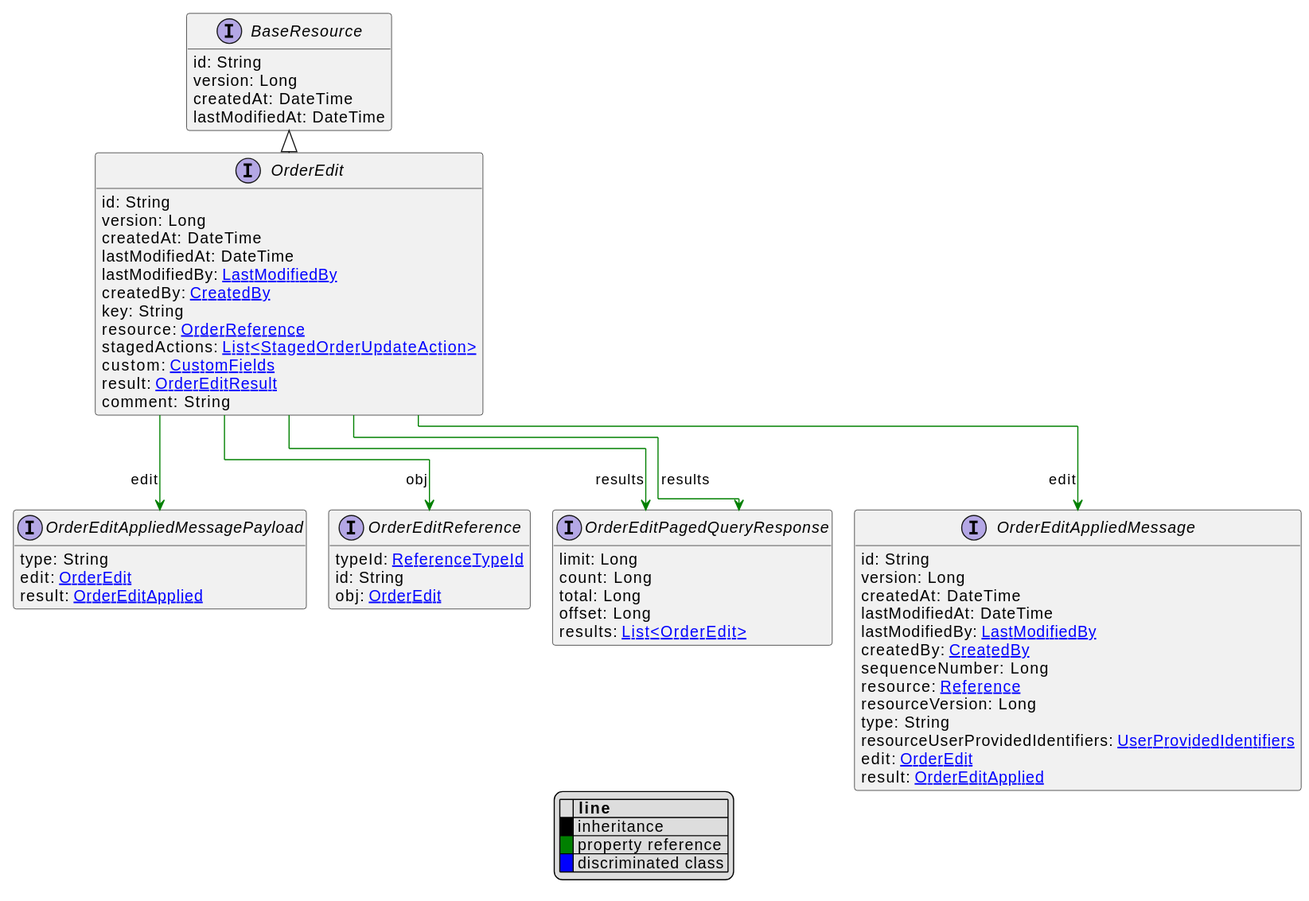
This is uml/api/svg/OrderEdit.svg from commercetools/commercetools-api-reference, a PlantUML export, as it was before one commit. The source it was exported from:
```plantuml
@startuml
!pragma layout elk
hide empty fields
hide empty methods
legend
|= |= line |
|<back:black>   </back>| inheritance |
|<back:green>   </back>| property reference |
|<back:blue>   </back>| discriminated class |
endlegend
interface OrderEdit [[OrderEdit.svg]] extends BaseResource {
    id: String
    version: Long
    createdAt: DateTime
    lastModifiedAt: DateTime
    lastModifiedBy: [[LastModifiedBy.svg LastModifiedBy]]
    createdBy: [[CreatedBy.svg CreatedBy]]
    key: String
    resource: [[OrderReference.svg OrderReference]]
    stagedActions: [[StagedOrderUpdateAction.svg List<StagedOrderUpdateAction>]]
    custom: [[CustomFields.svg CustomFields]]
    result: [[OrderEditResult.svg OrderEditResult]]
    comment: String
}
interface BaseResource [[BaseResource.svg]]  {
    id: String
    version: Long
    createdAt: DateTime
    lastModifiedAt: DateTime
}


interface OrderEditPagedQueryResponse [[OrderEditPagedQueryResponse.svg]]  {
    limit: Long
    count: Long
    total: Long
    offset: Long
    results: [[OrderEdit.svg List<OrderEdit>]]
}
interface OrderEditAppliedMessage [[OrderEditAppliedMessage.svg]]  {
    id: String
    version: Long
    createdAt: DateTime
    lastModifiedAt: DateTime
    lastModifiedBy: [[LastModifiedBy.svg LastModifiedBy]]
    createdBy: [[CreatedBy.svg CreatedBy]]
    sequenceNumber: Long
    resource: [[Reference.svg Reference]]
    resourceVersion: Long
    type: String
    resourceUserProvidedIdentifiers: [[UserProvidedIdentifiers.svg UserProvidedIdentifiers]]
    edit: [[OrderEdit.svg OrderEdit]]
    result: [[OrderEditApplied.svg OrderEditApplied]]
}
interface OrderEditAppliedMessagePayload [[OrderEditAppliedMessagePayload.svg]]  {
    type: String
    edit: [[OrderEdit.svg OrderEdit]]
    result: [[OrderEditApplied.svg OrderEditApplied]]
}
interface OrderEditReference [[OrderEditReference.svg]]  {
    typeId: [[ReferenceTypeId.svg ReferenceTypeId]]
    id: String
    obj: [[OrderEdit.svg OrderEdit]]
}

OrderEdit --> OrderEditPagedQueryResponse #green;text:green : "results"
OrderEdit --> OrderEditPagedQueryResponse #green;text:green : "results"
OrderEdit --> OrderEditAppliedMessage #green;text:green : "edit"
OrderEdit --> OrderEditAppliedMessagePayload #green;text:green : "edit"
OrderEdit --> OrderEditReference #green;text:green : "obj"
@enduml
```
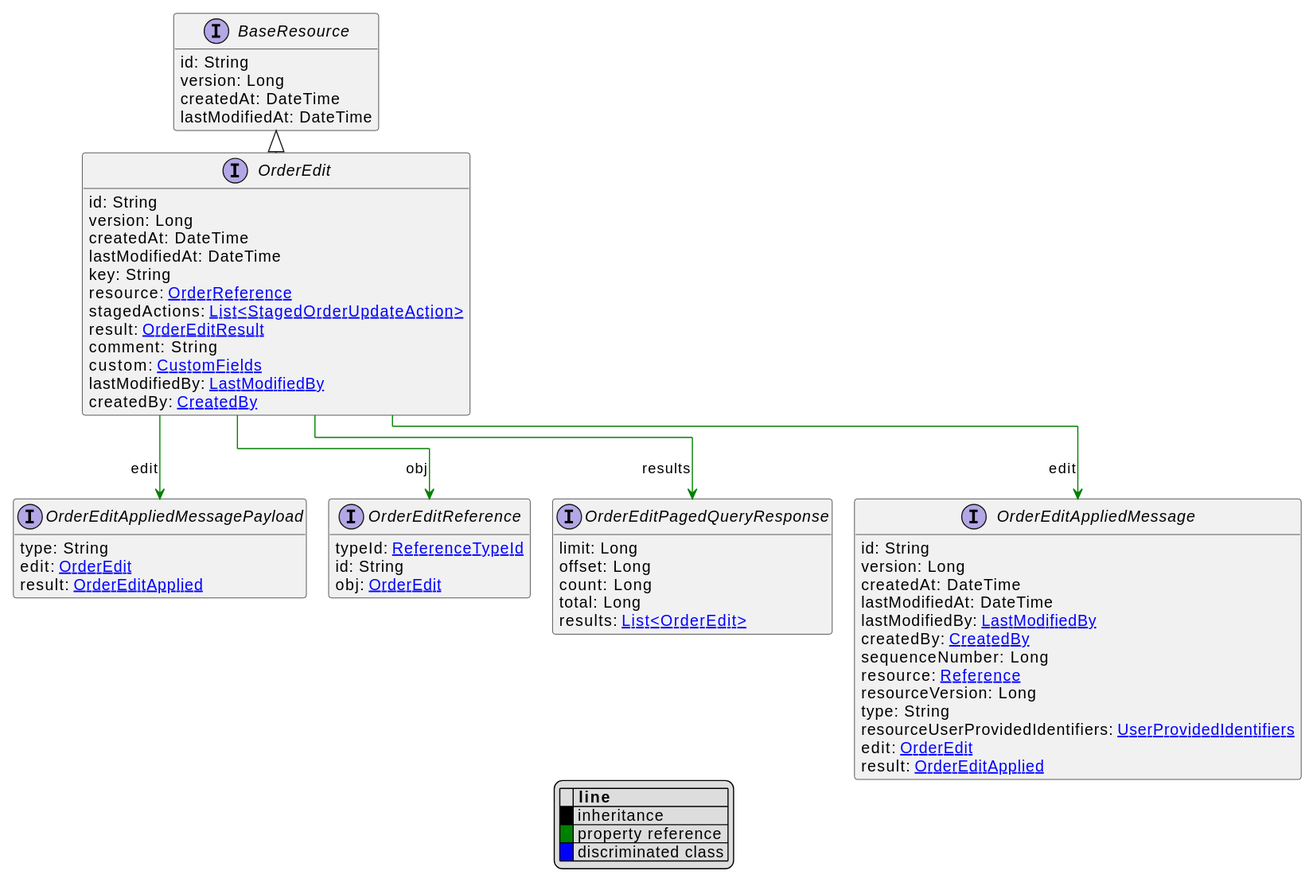
The same diagram one commit later.

Change to the diagram source:
```diff
@@ -13,14 +13,14 @@
     version: Long
     createdAt: DateTime
     lastModifiedAt: DateTime
-    lastModifiedBy: [[LastModifiedBy.svg LastModifiedBy]]
-    createdBy: [[CreatedBy.svg CreatedBy]]
     key: String
     resource: [[OrderReference.svg OrderReference]]
     stagedActions: [[StagedOrderUpdateAction.svg List<StagedOrderUpdateAction>]]
-    custom: [[CustomFields.svg CustomFields]]
     result: [[OrderEditResult.svg OrderEditResult]]
     comment: String
+    custom: [[CustomFields.svg CustomFields]]
+    lastModifiedBy: [[LastModifiedBy.svg LastModifiedBy]]
+    createdBy: [[CreatedBy.svg CreatedBy]]
 }
 interface BaseResource [[BaseResource.svg]]  {
     id: String
@@ -32,9 +32,9 @@
 
 interface OrderEditPagedQueryResponse [[OrderEditPagedQueryResponse.svg]]  {
     limit: Long
+    offset: Long
     count: Long
     total: Long
-    offset: Long
     results: [[OrderEdit.svg List<OrderEdit>]]
 }
 interface OrderEditAppliedMessage [[OrderEditAppliedMessage.svg]]  {
@@ -64,7 +64,6 @@
 }
 
 OrderEdit --> OrderEditPagedQueryResponse #green;text:green : "results"
-OrderEdit --> OrderEditPagedQueryResponse #green;text:green : "results"
 OrderEdit --> OrderEditAppliedMessage #green;text:green : "edit"
 OrderEdit --> OrderEditAppliedMessagePayload #green;text:green : "edit"
 OrderEdit --> OrderEditReference #green;text:green : "obj"
```
